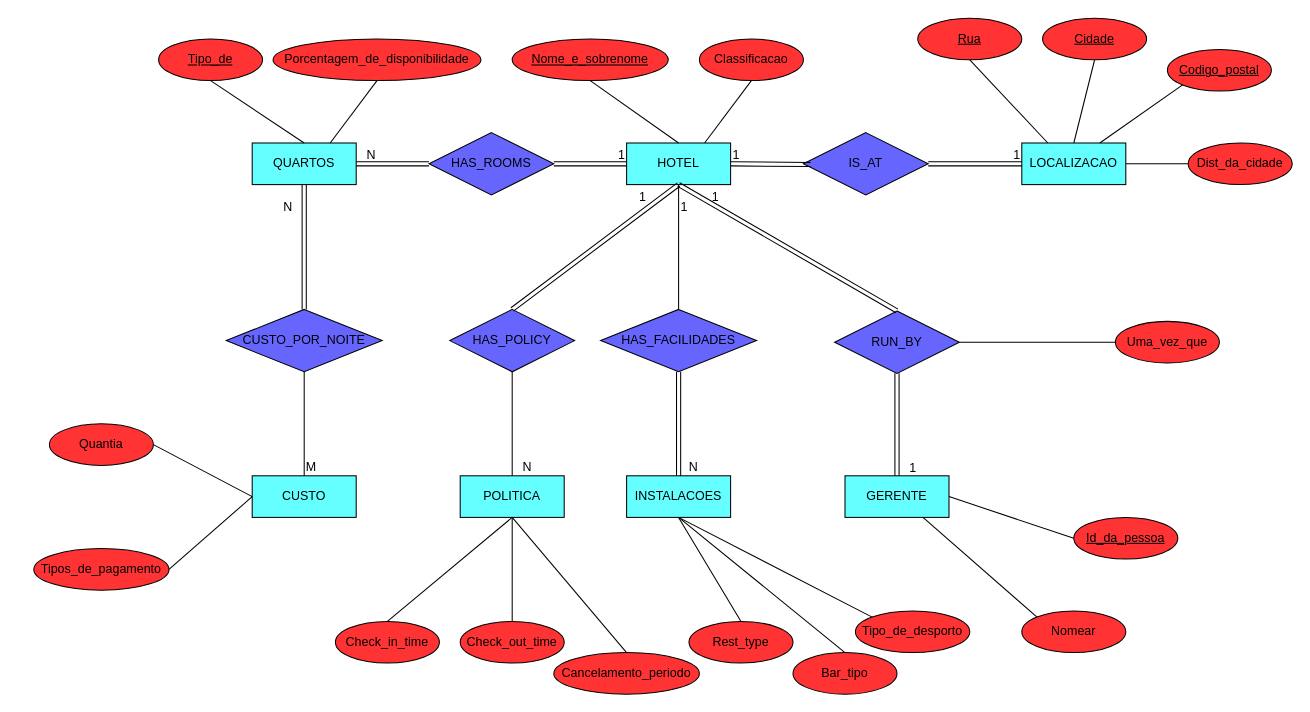
The draw.io diagram DiagramaHotel.drawio in VascoMatos/diagramas, before the edit. Source tidied: cells renumbered, new cells numbered last; positions are measured from the earlier drawing's top-left corner, leaving out a move shared by most shapes. Both pictures are drawn from the tidied source at 104%, with x=0, y=0 at pixel (33, 18).
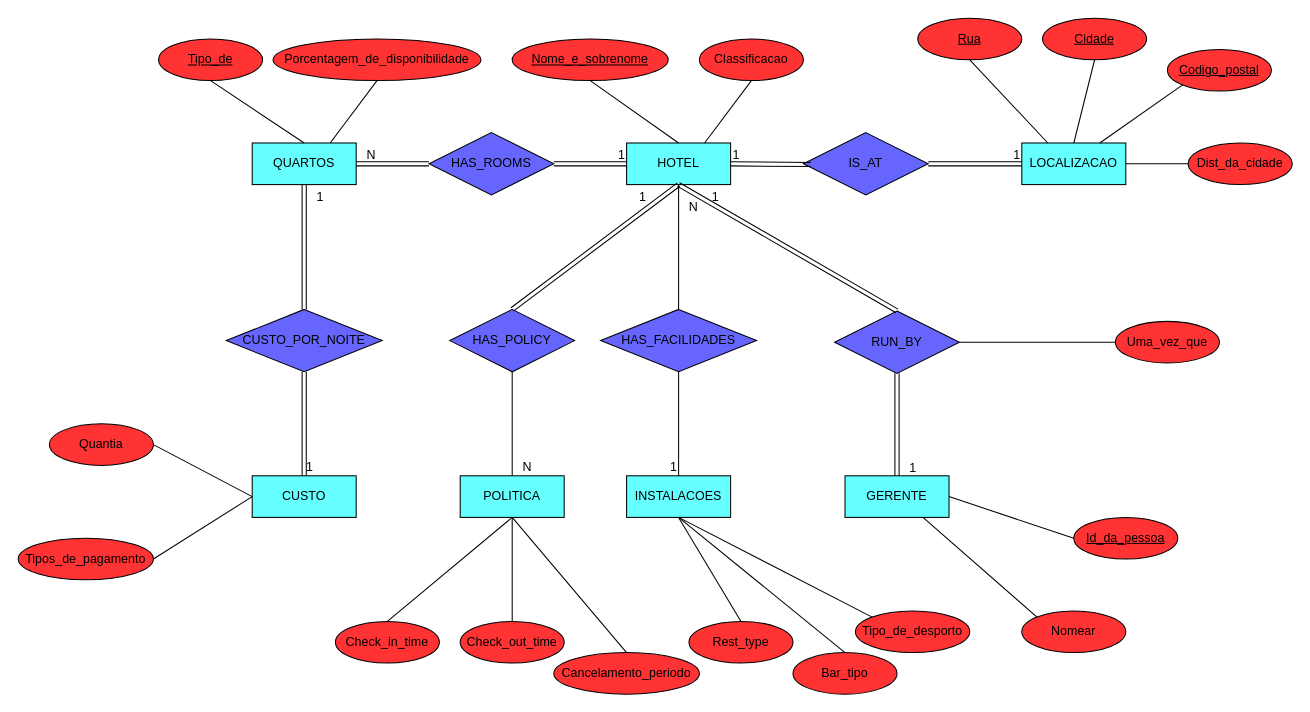
The same diagram, later.

The change refers to these unchanged cells:
```xml
<mxCell id="5" value="CUSTO" style="whiteSpace=wrap;html=1;align=center;fillColor=#66FFFF;" parent="1" vertex="1">
  <mxGeometry x="210" y="440" width="100" height="40" as="geometry" />
</mxCell>
<mxCell id="7" value="INSTALACOES" style="whiteSpace=wrap;html=1;align=center;fillColor=#66FFFF;" parent="1" vertex="1">
  <mxGeometry x="570" y="440" width="100" height="40" as="geometry" />
</mxCell>
<mxCell id="11" value="CUSTO_POR_NOITE" style="shape=rhombus;perimeter=rhombusPerimeter;whiteSpace=wrap;html=1;align=center;fillColor=#6666FF;" parent="1" vertex="1">
  <mxGeometry x="185" y="280" width="150" height="60" as="geometry" />
</mxCell>
<mxCell id="13" value="HAS_FACILIDADES" style="shape=rhombus;perimeter=rhombusPerimeter;whiteSpace=wrap;html=1;align=center;fillColor=#6666FF;" parent="1" vertex="1">
  <mxGeometry x="545" y="280" width="150" height="60" as="geometry" />
</mxCell>
<mxCell id="59" style="shape=link;html=1;rounded=0;entryX=0.5;entryY=1;entryDx=0;entryDy=0;exitX=0.5;exitY=0;exitDx=0;exitDy=0;" parent="1" edge="1" source="11" target="4">
  <mxGeometry relative="1" as="geometry" />
</mxCell>
<mxCell id="63" style="shape=link;html=1;rounded=0;entryX=0.5;entryY=1;entryDx=0;entryDy=0;exitX=0.5;exitY=0;exitDx=0;exitDy=0;" parent="1" edge="1" source="12" target="2">
  <mxGeometry relative="1" as="geometry" />
</mxCell>
```

Change to the diagram source:
```diff
@@
     <mxCell id="33" value="Tipos_de_pagamento" style="ellipse;whiteSpace=wrap;html=1;align=center;fillColor=#FF3333;" parent="1" vertex="1">
-      <mxGeometry y="510" width="130" height="40" as="geometry" />
+      <mxGeometry x="-15" y="500" width="130" height="40" as="geometry" />
     </mxCell>
@@
-    <mxCell id="60" value="N" style="html=1;whiteSpace=wrap;align=right;verticalAlign=bottom;" parent="59" vertex="1">
+    <mxCell id="60" value="1" style="html=1;whiteSpace=wrap;align=right;verticalAlign=bottom;" parent="59" vertex="1">
       <mxGeometry x="1" relative="1" as="geometry">
-        <mxPoint x="-10" y="30" as="offset" />
+        <mxPoint x="20" y="20" as="offset" />
       </mxGeometry>
     </mxCell>
-    <mxCell id="61" style="endArrow=none;html=1;rounded=0;entryX=0.5;entryY=1;entryDx=0;entryDy=0;exitX=0.5;exitY=0;exitDx=0;exitDy=0;" parent="1" edge="1" source="5" target="11">
-      <mxGeometry relative="1" as="geometry" />
-    </mxCell>
-    <mxCell id="62" value="M" style="html=1;whiteSpace=wrap;align=left;verticalAlign=bottom;" parent="61" vertex="1">
-      <mxGeometry x="-1" relative="1" as="geometry" />
-    </mxCell>
@@
-    <mxCell id="64" value="1" style="html=1;whiteSpace=wrap;align=right;verticalAlign=bottom;" parent="63" vertex="1">
+    <mxCell id="64" value="N" style="html=1;whiteSpace=wrap;align=right;verticalAlign=bottom;" parent="63" vertex="1">
       <mxGeometry x="1" relative="1" as="geometry">
-        <mxPoint x="10" y="30" as="offset" />
+        <mxPoint x="20" y="30" as="offset" />
       </mxGeometry>
     </mxCell>
@@
-    <mxCell id="69" style="shape=link;html=1;rounded=0;exitX=0.5;exitY=1;exitDx=0;exitDy=0;entryX=0.5;entryY=0;entryDx=0;entryDy=0;" parent="1" edge="1" source="13" target="7">
-      <mxGeometry relative="1" as="geometry" />
-    </mxCell>
-    <mxCell id="70" value="N" style="html=1;whiteSpace=wrap;align=right;verticalAlign=bottom;" parent="69" vertex="1">
-      <mxGeometry x="1" relative="1" as="geometry">
-        <mxPoint x="20" as="offset" />
-      </mxGeometry>
-    </mxCell>
@@
+    <mxCell id="77" style="shape=link;html=1;rounded=0;exitX=0.5;exitY=1;exitDx=0;exitDy=0;entryX=0.5;entryY=0;entryDx=0;entryDy=0;" parent="1" edge="1" source="11" target="5">
+      <mxGeometry relative="1" as="geometry" />
+    </mxCell>
+    <mxCell id="78" value="1" style="html=1;whiteSpace=wrap;align=right;verticalAlign=bottom;" parent="77" vertex="1">
+      <mxGeometry x="1" relative="1" as="geometry">
+        <mxPoint x="10" as="offset" />
+      </mxGeometry>
+    </mxCell>
+    <mxCell id="69" style="endArrow=none;html=1;rounded=0;entryX=0.5;entryY=0;entryDx=0;entryDy=0;exitX=0.5;exitY=1;exitDx=0;exitDy=0;" parent="1" edge="1" source="13" target="7">
+      <mxGeometry relative="1" as="geometry" />
+    </mxCell>
+    <mxCell id="79" value="1" style="html=1;whiteSpace=wrap;align=right;verticalAlign=bottom;" parent="69" vertex="1">
+      <mxGeometry x="1" relative="1" as="geometry" />
+    </mxCell>
```
